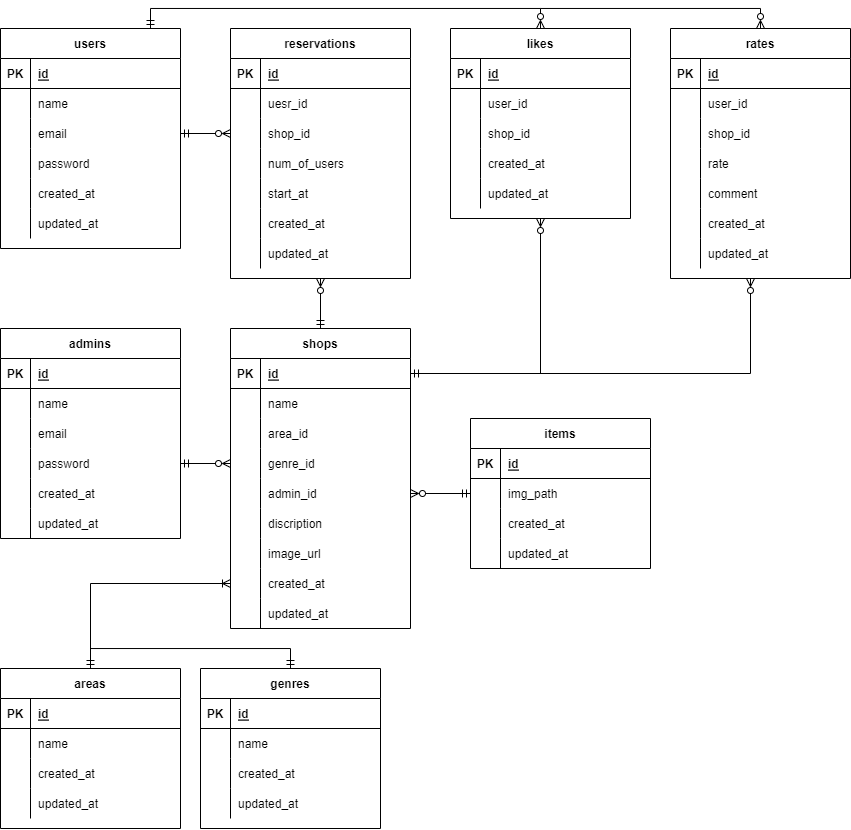
The draw.io diagram index.drawio.png in liberal-angel/Advance-term, before a commit. Source tidied: cells renumbered, new cells last; positions are measured from the earlier drawing's top-left corner, leaving out a move shared by most shapes.
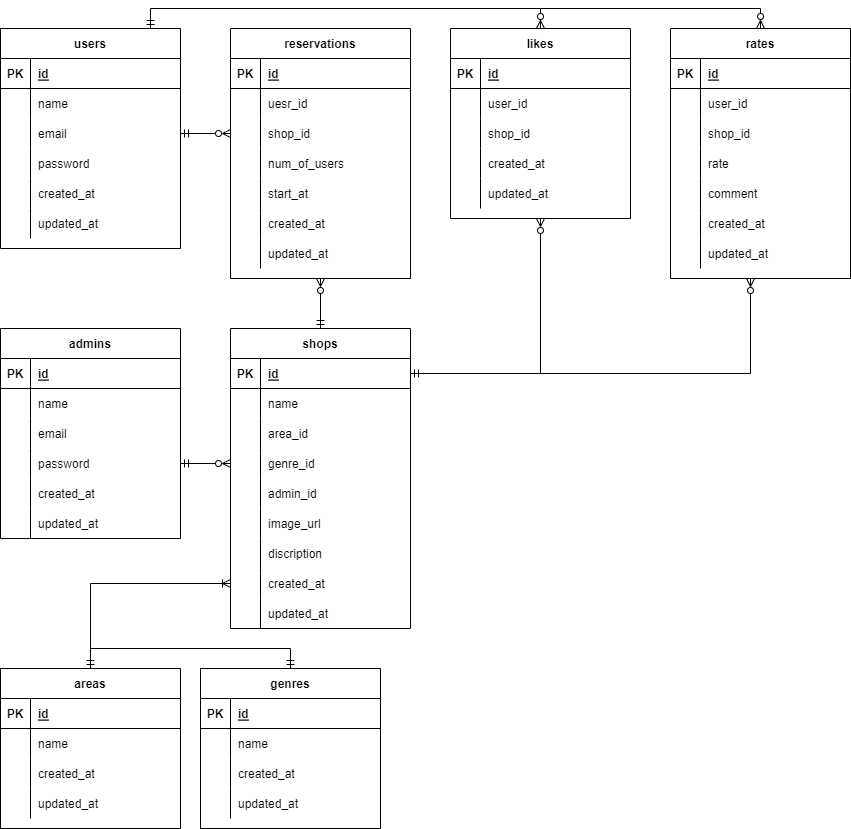
After the change.

Change to the diagram source:
```diff
@@ -125,7 +125,7 @@
     <mxCell id="42" value="updated_at" style="shape=partialRectangle;fillColor=none;top=0;left=0;bottom=0;right=0;align=left;spacingLeft=6;overflow=hidden;" parent="40" vertex="1">
       <mxGeometry x="30" width="150" height="30" as="geometry" />
     </mxCell>
-    <mxCell id="43" style="edgeStyle=none;html=1;entryX=1;entryY=0.5;entryDx=0;entryDy=0;startArrow=ERmandOne;startFill=0;endArrow=ERzeroToMany;endFill=0;exitX=0;exitY=0.5;exitDx=0;exitDy=0;" parent="1" edge="1" target="x">
+    <mxCell id="43" style="edgeStyle=none;html=1;entryX=1;entryY=0.5;entryDx=0;entryDy=0;startArrow=ERmandOne;startFill=0;endArrow=ERzeroToMany;endFill=0;exitX=0;exitY=0.5;exitDx=0;exitDy=0;" parent="1" edge="1">
       <mxGeometry relative="1" as="geometry" />
     </mxCell>
     <mxCell id="44" value="likes" style="shape=table;startSize=30;rowLines=0;fontStyle=1;align=center;" parent="1" vertex="1">
@@ -227,8 +227,17 @@
     <mxCell id="76" value="admin_id" style="shape=partialRectangle;fillColor=none;top=0;left=0;bottom=0;right=0;align=left;spacingLeft=6;overflow=hidden;" parent="74" vertex="1">
       <mxGeometry x="30" width="150" height="30" as="geometry" />
     </mxCell>
+    <mxCell id="179" style="shape=partialRectangle;fillColor=none;top=0;left=0;bottom=0;right=0;" parent="61" vertex="1">
+      <mxGeometry y="180" width="180" height="30" as="geometry" />
+    </mxCell>
+    <mxCell id="180" style="shape=partialRectangle;fillColor=none;top=0;left=0;bottom=0;right=0;overflow=hidden;" parent="179" vertex="1">
+      <mxGeometry width="30" height="30" as="geometry" />
+    </mxCell>
+    <mxCell id="82" value="image_url" style="shape=partialRectangle;fillColor=none;top=0;left=0;bottom=0;right=0;align=left;spacingLeft=6;overflow=hidden;" parent="179" vertex="1">
+      <mxGeometry x="30" width="150" height="30" as="geometry" />
+    </mxCell>
     <mxCell id="77" style="shape=partialRectangle;fillColor=none;top=0;left=0;bottom=0;right=0;" parent="61" vertex="1">
-      <mxGeometry y="180" width="180" height="30" as="geometry" />
+      <mxGeometry y="210" width="180" height="30" as="geometry" />
     </mxCell>
     <mxCell id="78" style="shape=partialRectangle;fillColor=none;top=0;left=0;bottom=0;right=0;overflow=hidden;" parent="77" vertex="1">
       <mxGeometry width="30" height="30" as="geometry" />
@@ -236,15 +245,6 @@
     <mxCell id="79" value="discription" style="shape=partialRectangle;fillColor=none;top=0;left=0;bottom=0;right=0;align=left;spacingLeft=6;overflow=hidden;" parent="77" vertex="1">
       <mxGeometry x="30" width="150" height="30" as="geometry" />
     </mxCell>
-    <mxCell id="80" style="shape=partialRectangle;fillColor=none;top=0;left=0;bottom=0;right=0;" parent="61" vertex="1">
-      <mxGeometry y="210" width="180" height="30" as="geometry" />
-    </mxCell>
-    <mxCell id="81" style="shape=partialRectangle;fillColor=none;top=0;left=0;bottom=0;right=0;overflow=hidden;" parent="80" vertex="1">
-      <mxGeometry width="30" height="30" as="geometry" />
-    </mxCell>
-    <mxCell id="82" value="image_url" style="shape=partialRectangle;fillColor=none;top=0;left=0;bottom=0;right=0;align=left;spacingLeft=6;overflow=hidden;" parent="80" vertex="1">
-      <mxGeometry x="30" width="150" height="30" as="geometry" />
-    </mxCell>
     <mxCell id="83" style="shape=partialRectangle;fillColor=none;top=0;left=0;bottom=0;right=0;points=[[0,0.5],[1,0.5]];portConstraint=eastwest;" parent="61" vertex="1">
       <mxGeometry y="240" width="180" height="30" as="geometry" />
     </mxCell>
@@ -263,7 +263,7 @@
     <mxCell id="88" value="updated_at" style="shape=partialRectangle;fillColor=none;top=0;left=0;bottom=0;right=0;align=left;spacingLeft=6;overflow=hidden;" parent="86" vertex="1">
       <mxGeometry x="30" width="150" height="30" as="geometry" />
     </mxCell>
-    <mxCell id="89" style="edgeStyle=none;html=1;entryX=0;entryY=0.5;entryDx=0;entryDy=0;endArrow=ERzeroToMany;endFill=0;startArrow=ERmandOne;startFill=0;" parent="1" edge="1" source="x" target="x">
+    <mxCell id="89" style="edgeStyle=none;html=1;entryX=0;entryY=0.5;entryDx=0;entryDy=0;endArrow=ERzeroToMany;endFill=0;startArrow=ERmandOne;startFill=0;" parent="1" edge="1">
       <mxGeometry relative="1" as="geometry" />
     </mxCell>
     <mxCell id="90" style="edgeStyle=orthogonalEdgeStyle;html=1;startArrow=ERzeroToMany;startFill=0;endArrow=ERmandOne;endFill=0;rounded=0;exitX=0.5;exitY=0;exitDx=0;exitDy=0;" parent="1" edge="1" source="44">
@@ -518,47 +518,5 @@
     <mxCell id="164" style="edgeStyle=none;html=1;entryX=0;entryY=0.5;entryDx=0;entryDy=0;strokeColor=default;startArrow=ERmandOne;startFill=0;endArrow=ERzeroToMany;endFill=0;" parent="1" edge="1" source="154" target="71">
       <mxGeometry relative="1" as="geometry" />
     </mxCell>
-    <mxCell id="165" value="items" style="shape=table;startSize=30;rowLines=0;fontStyle=1;align=center;" parent="1" vertex="1">
-      <mxGeometry x="470" y="410" width="180" height="150" as="geometry" />
-    </mxCell>
-    <mxCell id="166" style="shape=partialRectangle;fillColor=none;top=0;left=0;bottom=1;right=0;" parent="165" vertex="1">
-      <mxGeometry y="30" width="180" height="30" as="geometry" />
-    </mxCell>
-    <mxCell id="167" value="PK" style="shape=partialRectangle;fillColor=none;top=0;left=0;bottom=0;right=0;fontStyle=1;overflow=hidden;" parent="166" vertex="1">
-      <mxGeometry width="30" height="30" as="geometry" />
-    </mxCell>
-    <mxCell id="168" value="id" style="shape=partialRectangle;fillColor=none;top=0;left=0;bottom=0;right=0;align=left;spacingLeft=6;fontStyle=5;overflow=hidden;" parent="166" vertex="1">
-      <mxGeometry x="30" width="150" height="30" as="geometry" />
-    </mxCell>
-    <mxCell id="169" style="shape=partialRectangle;fillColor=none;top=0;left=0;bottom=0;right=0;points=[[0,0.5],[1,0.5]];portConstraint=eastwest;" parent="165" vertex="1">
-      <mxGeometry y="60" width="180" height="30" as="geometry" />
-    </mxCell>
-    <mxCell id="170" style="shape=partialRectangle;fillColor=none;top=0;left=0;bottom=0;right=0;overflow=hidden;" parent="169" vertex="1">
-      <mxGeometry width="30" height="30" as="geometry" />
-    </mxCell>
-    <mxCell id="171" value="img_path" style="shape=partialRectangle;fillColor=none;top=0;left=0;bottom=0;right=0;align=left;spacingLeft=6;overflow=hidden;" parent="169" vertex="1">
-      <mxGeometry x="30" width="150" height="30" as="geometry" />
-    </mxCell>
-    <mxCell id="172" style="shape=partialRectangle;fillColor=none;top=0;left=0;bottom=0;right=0;" parent="165" vertex="1">
-      <mxGeometry y="90" width="180" height="30" as="geometry" />
-    </mxCell>
-    <mxCell id="173" style="shape=partialRectangle;fillColor=none;top=0;left=0;bottom=0;right=0;overflow=hidden;" parent="172" vertex="1">
-      <mxGeometry width="30" height="30" as="geometry" />
-    </mxCell>
-    <mxCell id="174" value="created_at" style="shape=partialRectangle;fillColor=none;top=0;left=0;bottom=0;right=0;align=left;spacingLeft=6;overflow=hidden;" parent="172" vertex="1">
-      <mxGeometry x="30" width="150" height="30" as="geometry" />
-    </mxCell>
-    <mxCell id="175" style="shape=partialRectangle;fillColor=none;top=0;left=0;bottom=0;right=0;" parent="165" vertex="1">
-      <mxGeometry y="120" width="180" height="30" as="geometry" />
-    </mxCell>
-    <mxCell id="176" style="shape=partialRectangle;fillColor=none;top=0;left=0;bottom=0;right=0;overflow=hidden;" parent="175" vertex="1">
-      <mxGeometry width="30" height="30" as="geometry" />
-    </mxCell>
-    <mxCell id="177" value="updated_at" style="shape=partialRectangle;fillColor=none;top=0;left=0;bottom=0;right=0;align=left;spacingLeft=6;overflow=hidden;" parent="175" vertex="1">
-      <mxGeometry x="30" width="150" height="30" as="geometry" />
-    </mxCell>
-    <mxCell id="178" style="edgeStyle=orthogonalEdgeStyle;rounded=0;html=1;entryX=1;entryY=0.5;entryDx=0;entryDy=0;strokeColor=default;startArrow=ERmandOne;startFill=0;endArrow=ERzeroToMany;endFill=0;" parent="1" edge="1" source="169" target="74">
-      <mxGeometry relative="1" as="geometry" />
-    </mxCell>
   </root>
 </mxGraphModel>
```
